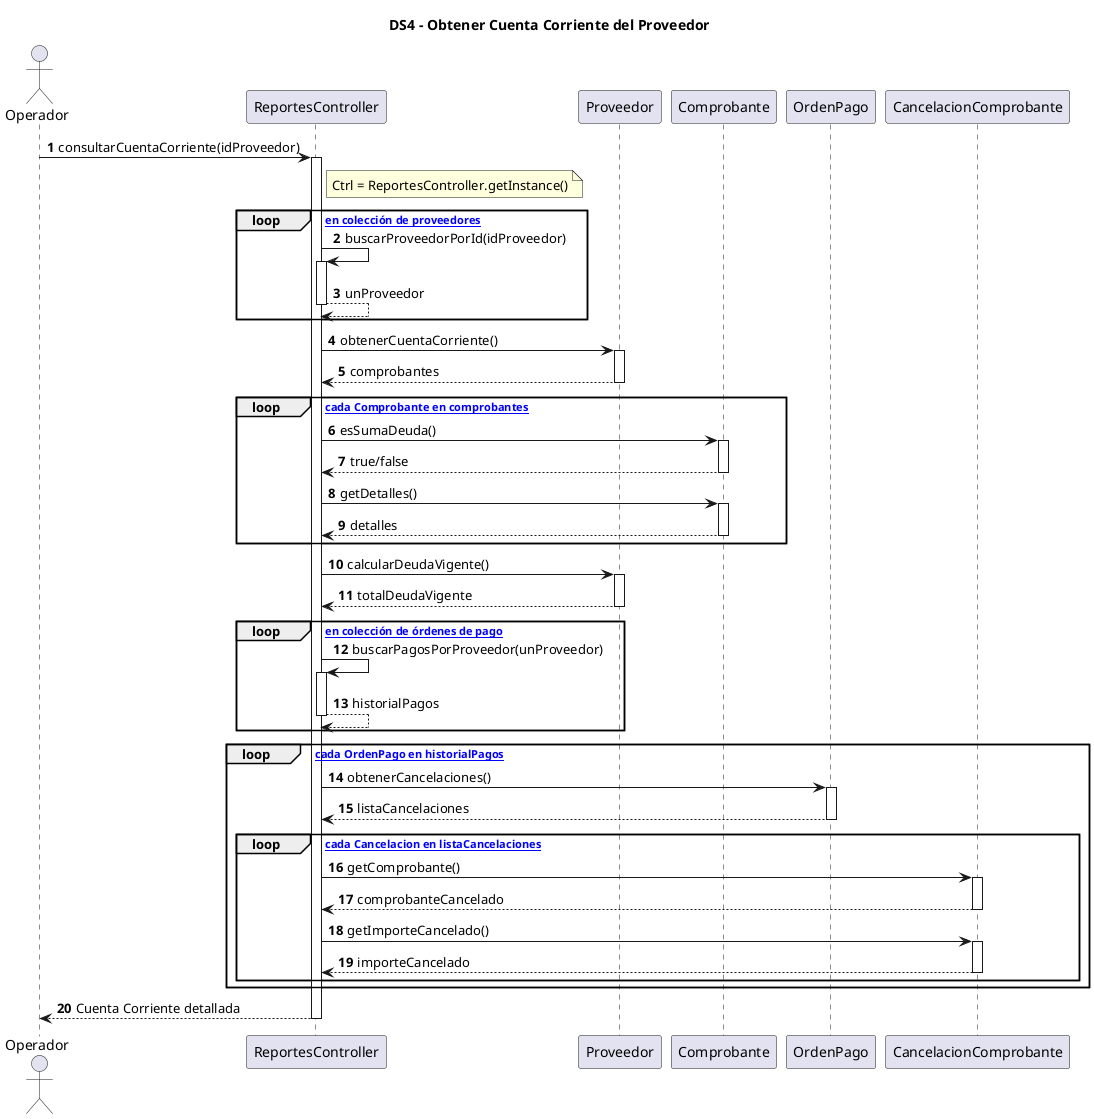
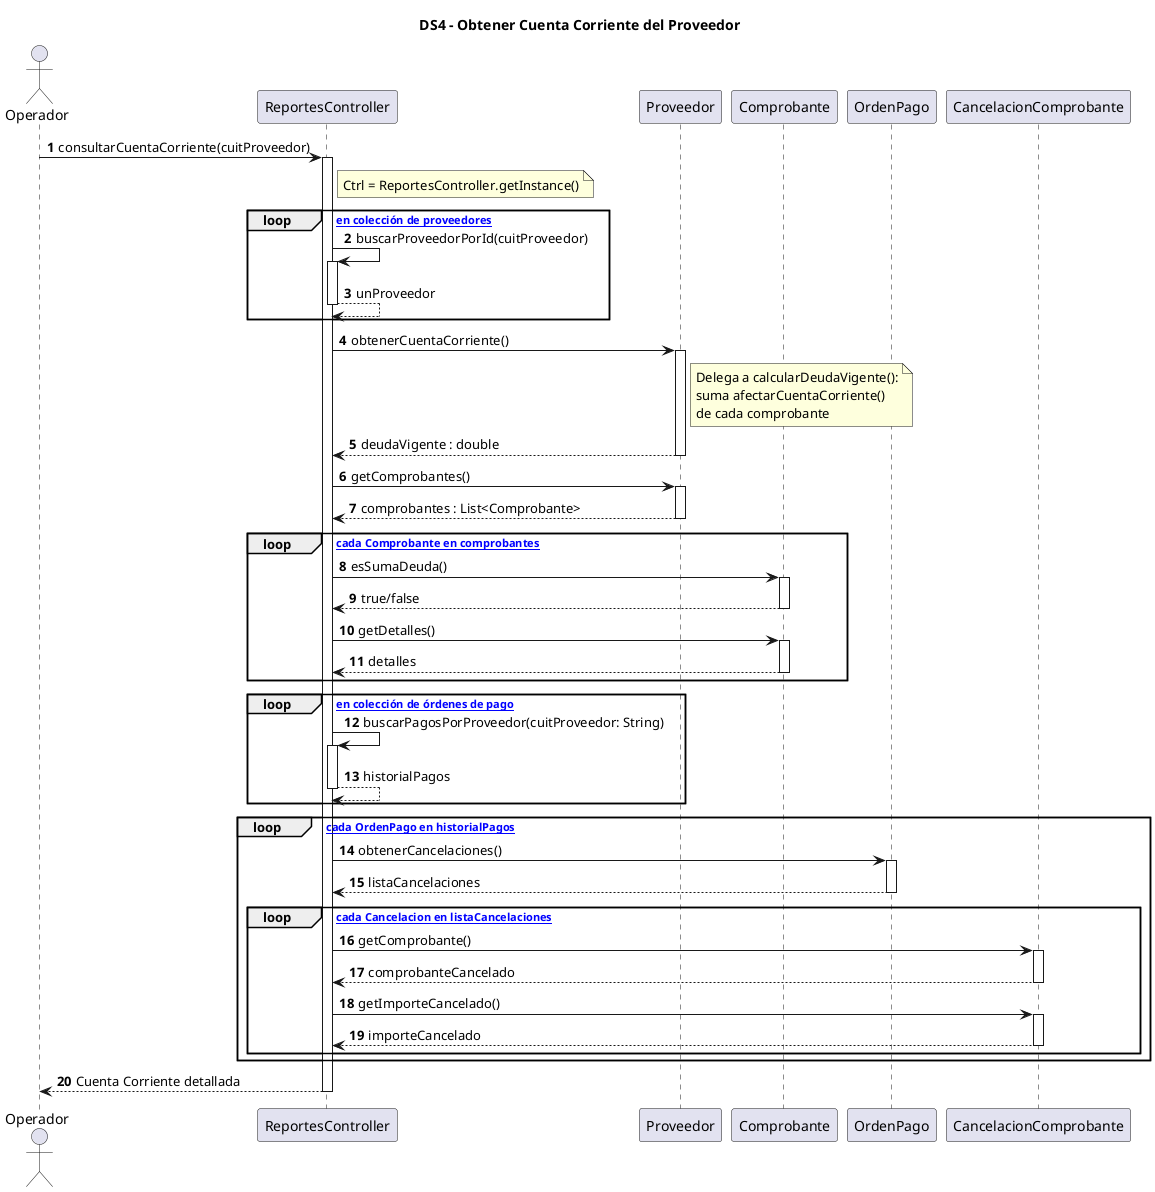
@startuml DS4_ObtenerCuentaCorriente
title DS4 - Obtener Cuenta Corriente del Proveedor

autonumber

actor Operador
participant "ReportesController" as Ctrl
participant "Proveedor" as Proveedor
participant "Comprobante" as Comprobante
participant "OrdenPago" as OrdenPago
participant "CancelacionComprobante" as Cancelacion

- Operador -> Ctrl : consultarCuentaCorriente(idProveedor)
+ Operador -> Ctrl : consultarCuentaCorriente(cuitProveedor)
activate Ctrl
    note right of Ctrl
        Ctrl = ReportesController.getInstance()
    end note

    loop [buscar en colección de proveedores]
-         Ctrl -> Ctrl : buscarProveedorPorId(idProveedor)
+         Ctrl -> Ctrl : buscarProveedorPorId(cuitProveedor)
        activate Ctrl
            Ctrl --> Ctrl : unProveedor
        deactivate Ctrl
    end

    Ctrl -> Proveedor : obtenerCuentaCorriente()
    activate Proveedor
-         Proveedor --> Ctrl : comprobantes
+         note right of Proveedor
+             Delega a calcularDeudaVigente():
+             suma afectarCuentaCorriente()
+             de cada comprobante
+         end note
+         Proveedor --> Ctrl : deudaVigente : double
+     deactivate Proveedor
+ 
+     Ctrl -> Proveedor : getComprobantes()
+     activate Proveedor
+         Proveedor --> Ctrl : comprobantes : List<Comprobante>
    deactivate Proveedor

    loop [por cada Comprobante en comprobantes]
        Ctrl -> Comprobante : esSumaDeuda()
        activate Comprobante
            Comprobante --> Ctrl : true/false
        deactivate Comprobante
        Ctrl -> Comprobante : getDetalles()
        activate Comprobante
            Comprobante --> Ctrl : detalles
        deactivate Comprobante
    end

-     Ctrl -> Proveedor : calcularDeudaVigente()
-     activate Proveedor
-         Proveedor --> Ctrl : totalDeudaVigente
-     deactivate Proveedor
- 
    loop [buscar en colección de órdenes de pago]
-         Ctrl -> Ctrl : buscarPagosPorProveedor(unProveedor)
+         Ctrl -> Ctrl : buscarPagosPorProveedor(cuitProveedor: String)
        activate Ctrl
            Ctrl --> Ctrl : historialPagos
        deactivate Ctrl
    end

    loop [por cada OrdenPago en historialPagos]
        Ctrl -> OrdenPago : obtenerCancelaciones()
        activate OrdenPago
            OrdenPago --> Ctrl : listaCancelaciones
        deactivate OrdenPago

        loop [por cada Cancelacion en listaCancelaciones]
            Ctrl -> Cancelacion : getComprobante()
            activate Cancelacion
                Cancelacion --> Ctrl : comprobanteCancelado
            deactivate Cancelacion

            Ctrl -> Cancelacion : getImporteCancelado()
            activate Cancelacion
                Cancelacion --> Ctrl : importeCancelado
            deactivate Cancelacion
        end
    end

    Ctrl --> Operador : Cuenta Corriente detallada
deactivate Ctrl

@enduml
